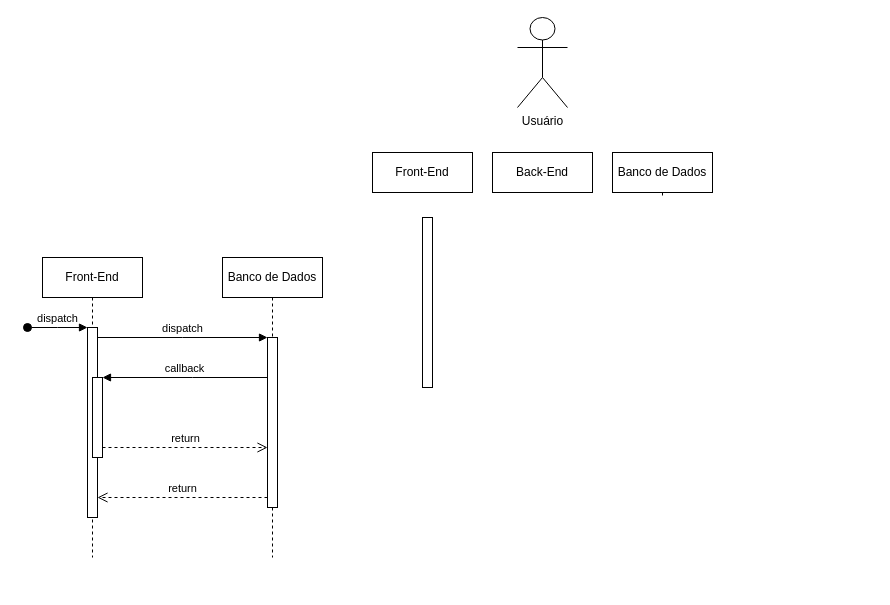
The draw.io diagram misc/diagramas/Diagrama de Sequência/Diagrama de Sequência.drawio in VerbalThree/OpenVoice, before the edit. Source tidied: cells renumbered, new cells numbered last; positions are measured from the earlier drawing's top-left corner, leaving out a move shared by most shapes. Both pictures are drawn from the tidied source at 100%, with x=0, y=0 at pixel (27, 17).
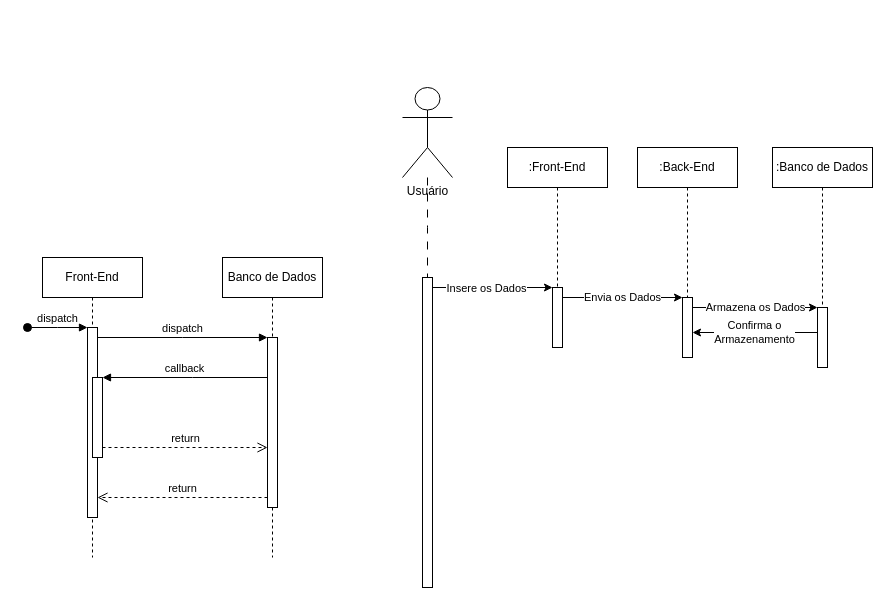
The same page after the edit.

What changed in the source:
```diff
@@
+    <mxCell id="17" style="edgeStyle=orthogonalEdgeStyle;rounded=0;jettySize=auto;html=1;dashed=1;dashPattern=8 8;endArrow=none;endFill=0;" parent="1" edge="1" source="12">
+      <mxGeometry relative="1" as="geometry">
+        <mxPoint x="400" y="260" as="targetPoint" />
+      </mxGeometry>
+    </mxCell>
     <mxCell id="12" value="Usuário" style="shape=umlActor;verticalLabelPosition=bottom;verticalAlign=top;html=1;outlineConnect=0;" parent="1" vertex="1">
-      <mxGeometry x="490" width="50" height="90" as="geometry" />
+      <mxGeometry x="375" y="70" width="50" height="90" as="geometry" />
     </mxCell>
-    <mxCell id="13" value="Front-End" style="shape=umlLifeline;perimeter=lifelinePerimeter;whiteSpace=wrap;html=1;newEdgeStyle={&quot;edgeStyle&quot;:&quot;elbowEdgeStyle&quot;,&quot;elbow&quot;:&quot;vertical&quot;,&quot;curved&quot;:0,&quot;rounded&quot;:0};" parent="1" vertex="1">
-      <mxGeometry x="345" y="135" width="100" height="40" as="geometry" />
+    <mxCell id="13" value=":Front-End" style="shape=umlLifeline;perimeter=lifelinePerimeter;whiteSpace=wrap;html=1;newEdgeStyle={&quot;edgeStyle&quot;:&quot;elbowEdgeStyle&quot;,&quot;elbow&quot;:&quot;vertical&quot;,&quot;curved&quot;:0,&quot;rounded&quot;:0};" parent="1" vertex="1">
+      <mxGeometry x="480" y="130" width="100" height="150" as="geometry" />
     </mxCell>
-    <mxCell id="14" value="Banco de Dados" style="shape=umlLifeline;perimeter=lifelinePerimeter;whiteSpace=wrap;html=1;newEdgeStyle={&quot;edgeStyle&quot;:&quot;elbowEdgeStyle&quot;,&quot;elbow&quot;:&quot;vertical&quot;,&quot;curved&quot;:0,&quot;rounded&quot;:0};" parent="1" vertex="1">
-      <mxGeometry x="585" y="135" width="100" height="45" as="geometry" />
+    <mxCell id="14" value=":Banco de Dados" style="shape=umlLifeline;perimeter=lifelinePerimeter;whiteSpace=wrap;html=1;newEdgeStyle={&quot;edgeStyle&quot;:&quot;elbowEdgeStyle&quot;,&quot;elbow&quot;:&quot;vertical&quot;,&quot;curved&quot;:0,&quot;rounded&quot;:0};" parent="1" vertex="1">
+      <mxGeometry x="745" y="130" width="100" height="160" as="geometry" />
     </mxCell>
-    <mxCell id="15" value="Back-End" style="shape=umlLifeline;perimeter=lifelinePerimeter;whiteSpace=wrap;html=1;newEdgeStyle={&quot;edgeStyle&quot;:&quot;elbowEdgeStyle&quot;,&quot;elbow&quot;:&quot;vertical&quot;,&quot;curved&quot;:0,&quot;rounded&quot;:0};" parent="1" vertex="1">
-      <mxGeometry x="465" y="135" width="100" height="40" as="geometry" />
+    <mxCell id="15" value=":Back-End" style="shape=umlLifeline;perimeter=lifelinePerimeter;whiteSpace=wrap;html=1;newEdgeStyle={&quot;edgeStyle&quot;:&quot;elbowEdgeStyle&quot;,&quot;elbow&quot;:&quot;vertical&quot;,&quot;curved&quot;:0,&quot;rounded&quot;:0};" parent="1" vertex="1">
+      <mxGeometry x="610" y="130" width="100" height="150" as="geometry" />
     </mxCell>
     <mxCell id="16" style="html=1;perimeter=orthogonalPerimeter;targetShapes=umlLifeline;newEdgeStyle={&quot;edgeStyle&quot;:&quot;elbowEdgeStyle&quot;,&quot;elbow&quot;:&quot;vertical&quot;,&quot;curved&quot;:0,&quot;rounded&quot;:0};" parent="1" vertex="1">
-      <mxGeometry x="395" y="200" width="10" height="170" as="geometry" />
+      <mxGeometry x="395" y="260" width="10" height="310" as="geometry" />
     </mxCell>
+    <mxCell id="18" style="html=1;points=[];perimeter=orthogonalPerimeter;outlineConnect=0;targetShapes=umlLifeline;portConstraint=eastwest;newEdgeStyle={&quot;edgeStyle&quot;:&quot;elbowEdgeStyle&quot;,&quot;elbow&quot;:&quot;vertical&quot;,&quot;curved&quot;:0,&quot;rounded&quot;:0};" parent="1" vertex="1">
+      <mxGeometry x="525" y="270" width="10" height="60" as="geometry" />
+    </mxCell>
+    <mxCell id="19" style="endArrow=classic;html=1;rounded=0;" parent="1" edge="1" target="18">
+      <mxGeometry relative="1" as="geometry">
+        <mxPoint x="405" y="270" as="sourcePoint" />
+        <Array as="points">
+          <mxPoint x="465" y="270" />
+        </Array>
+      </mxGeometry>
+    </mxCell>
+    <mxCell id="20" value="Insere os Dados" style="edgeLabel;html=1;align=center;verticalAlign=middle;" parent="19" vertex="1">
+      <mxGeometry x="-0.12" relative="1" as="geometry" />
+    </mxCell>
+    <mxCell id="21" style="html=1;points=[];perimeter=orthogonalPerimeter;outlineConnect=0;targetShapes=umlLifeline;portConstraint=eastwest;newEdgeStyle={&quot;edgeStyle&quot;:&quot;elbowEdgeStyle&quot;,&quot;elbow&quot;:&quot;vertical&quot;,&quot;curved&quot;:0,&quot;rounded&quot;:0};" parent="1" vertex="1">
+      <mxGeometry x="655" y="280" width="10" height="60" as="geometry" />
+    </mxCell>
+    <mxCell id="22" value="Envia os Dados" style="endArrow=classic;html=1;rounded=0;" parent="1" edge="1">
+      <mxGeometry relative="1" as="geometry">
+        <mxPoint x="535" y="280" as="sourcePoint" />
+        <mxPoint x="655" y="280" as="targetPoint" />
+        <Array as="points">
+          <mxPoint x="595" y="280" />
+        </Array>
+      </mxGeometry>
+    </mxCell>
+    <mxCell id="23" value="&lt;div&gt;Confirma o&lt;/div&gt;&lt;div&gt;Armazenamento&lt;br&gt;&lt;/div&gt;" style="edgeStyle=elbowEdgeStyle;rounded=0;jettySize=auto;html=1;elbow=vertical;curved=0;" parent="1" edge="1" source="24" target="21">
+      <mxGeometry relative="1" as="geometry" />
+    </mxCell>
+    <mxCell id="24" style="html=1;points=[];perimeter=orthogonalPerimeter;outlineConnect=0;targetShapes=umlLifeline;portConstraint=eastwest;newEdgeStyle={&quot;edgeStyle&quot;:&quot;elbowEdgeStyle&quot;,&quot;elbow&quot;:&quot;vertical&quot;,&quot;curved&quot;:0,&quot;rounded&quot;:0};" parent="1" vertex="1">
+      <mxGeometry x="790" y="290" width="10" height="60" as="geometry" />
+    </mxCell>
+    <mxCell id="25" value="Armazena os Dados" style="endArrow=classic;html=1;rounded=0;" parent="1" edge="1">
+      <mxGeometry relative="1" as="geometry">
+        <mxPoint x="665" y="290" as="sourcePoint" />
+        <mxPoint x="790" y="290" as="targetPoint" />
+        <Array as="points">
+          <mxPoint x="720.5" y="290" />
+        </Array>
+      </mxGeometry>
+    </mxCell>
```
